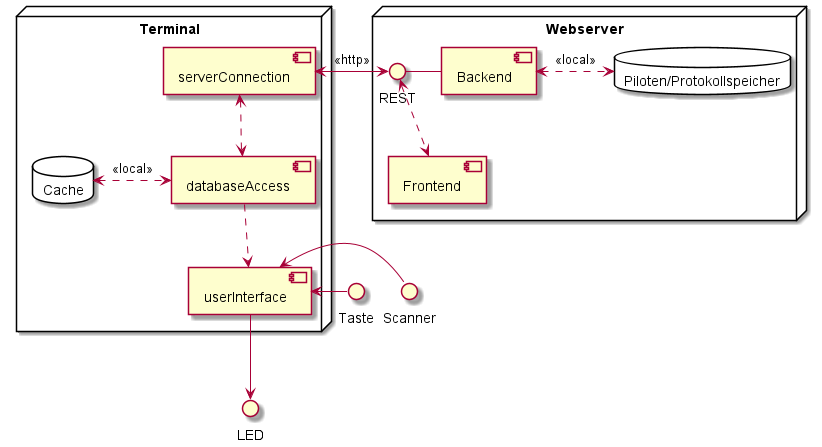
Above: docs/architecture/images/Component_Diagram/component_diagram.png in Lernni/E2-Anwesenheitserfassung-fuer-Modellflugplatz (PlantUML), before the change.
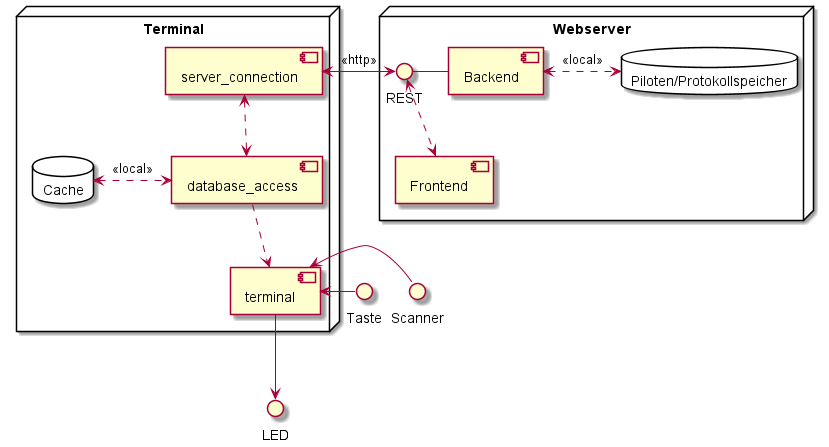
Above is the later version.

Commit message:
Paketdiagramm Terminal

The edit, as a diff of the source:
```diff
@@ -1,16 +1,16 @@
 @startuml component_diagram
 
 node "Terminal" {
-    [databaseAccess] ..> [userInterface]
-    [serverConnection] <..> [databaseAccess]
+    [database_access] ..> [terminal]
+    [server_connection] <..> [database_access]
     database "Cache" as db1 {
     }
-    db1 <.> [databaseAccess] : <<local>>
+    db1 <.> [database_access] : <<local>>
 }
 
-[userInterface] --> LED
-Taste -> [userInterface]
-[userInterface] <- Scanner
+[terminal] --> LED
+Taste -> [terminal]
+[terminal] <- Scanner
 
 node "Webserver" {
     REST <..> [Frontend]
@@ -18,12 +18,8 @@
     database "Piloten/Protokollspeicher" as db2 {
     }
     [Backend] <.> db2  : <<local>>
-
-
-
-
 }
 
-[serverConnection] <-> REST  : <<http>>
+[server_connection] <-> REST  : <<http>>
 
 @enduml
```
